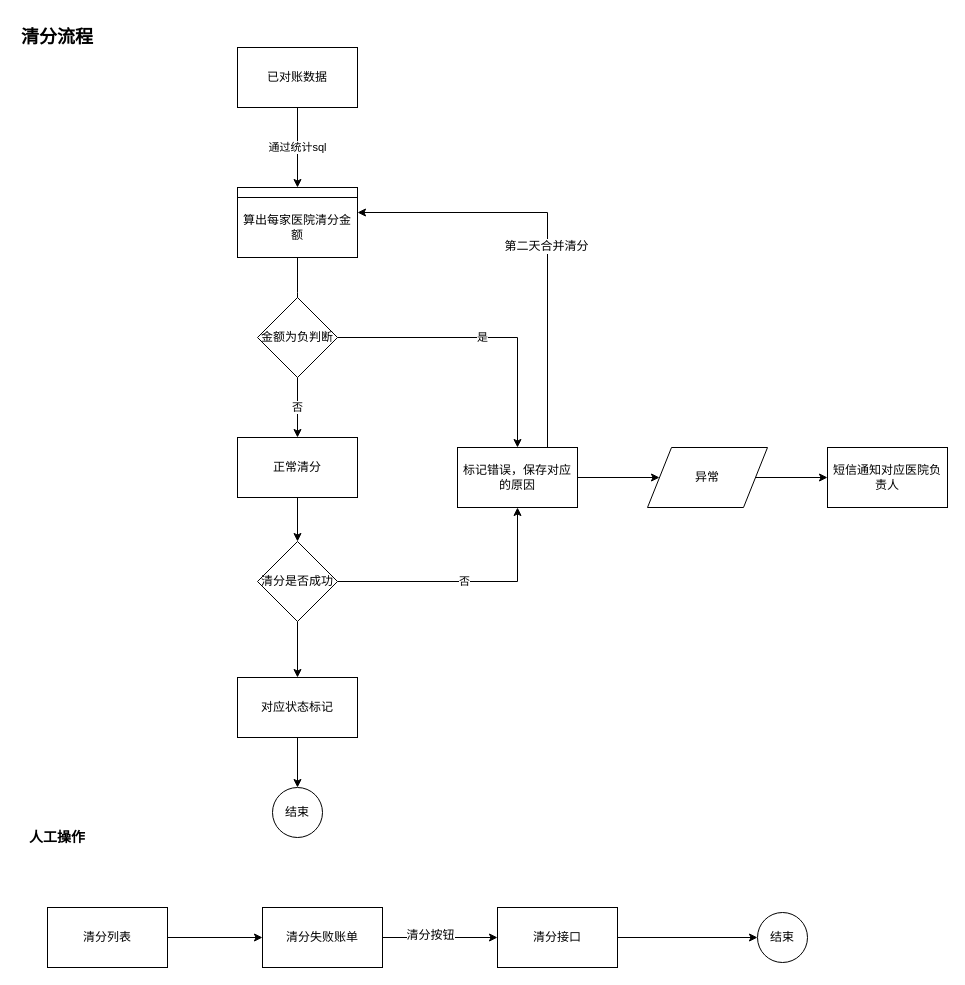
This is 一站付平台/清分流程.drawio from zhangwenhuad/visio, a draw.io file, before an edit. Source tidied: cells renumbered, new cells numbered last; positions are measured from the earlier drawing's top-left corner, leaving out a move shared by most shapes. Both pictures are drawn from the tidied source at 100%, with x=0, y=0 at pixel (17, 17).
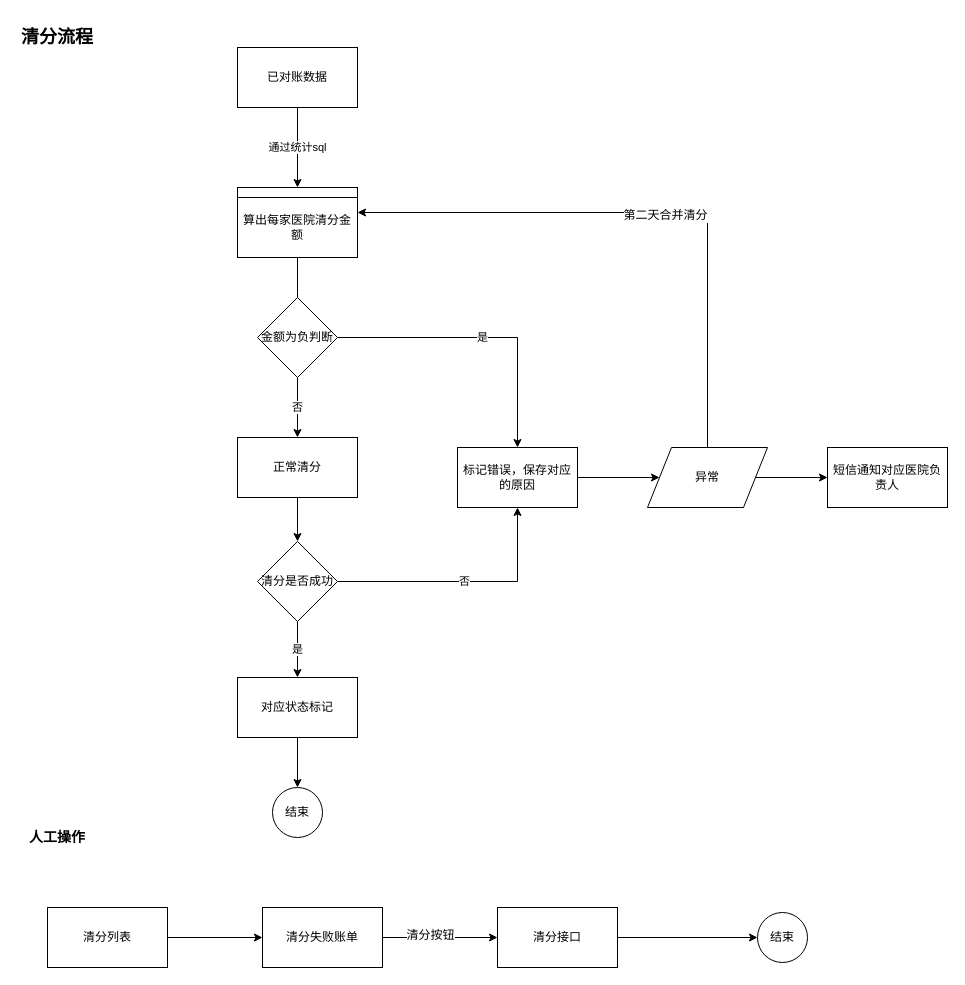
Above is the later version.

Commit message:
更新清分流程.drawio

The change refers to these unchanged cells:
```xml
<mxCell id="7" value="算出每家医院清分金额" style="rounded=0;whiteSpace=wrap;html=1;" parent="1" vertex="1">
  <mxGeometry x="220" y="180" width="120" height="60" as="geometry" />
</mxCell>
<mxCell id="14" value="异常" style="shape=parallelogram;perimeter=parallelogramPerimeter;whiteSpace=wrap;html=1;" parent="1" vertex="1">
  <mxGeometry x="630" y="430" width="120" height="60" as="geometry" />
</mxCell>
<mxCell id="18" value="清分是否成功" style="rhombus;whiteSpace=wrap;html=1;" parent="1" vertex="1">
  <mxGeometry x="240" y="524" width="80" height="80" as="geometry" />
</mxCell>
<mxCell id="22" value="&lt;span&gt;标记错误，保存对应的原因&lt;/span&gt;" style="rounded=0;whiteSpace=wrap;html=1;" parent="1" vertex="1">
  <mxGeometry x="440" y="430" width="120" height="60" as="geometry" />
</mxCell>
<mxCell id="25" value="对应状态标记" style="rounded=0;whiteSpace=wrap;html=1;" parent="1" vertex="1">
  <mxGeometry x="220" y="660" width="120" height="60" as="geometry" />
</mxCell>
```

Diff of the diagram source:
```diff
@@
-    <mxCell id="17" style="edgeStyle=orthogonalEdgeStyle;rounded=0;jettySize=auto;html=1;" parent="1" edge="1" source="18" target="25">
+    <mxCell id="17" value="是" style="edgeStyle=orthogonalEdgeStyle;rounded=0;jettySize=auto;html=1;" parent="1" edge="1" source="18" target="25">
       <mxGeometry relative="1" as="geometry" />
     </mxCell>
@@
-    <mxCell id="20" style="edgeStyle=orthogonalEdgeStyle;rounded=0;jettySize=auto;html=1;exitX=0.75;exitY=0;exitDx=0;exitDy=0;entryX=1;entryY=0.25;entryDx=0;entryDy=0;" parent="1" edge="1" source="22" target="7">
+    <mxCell id="20" style="edgeStyle=orthogonalEdgeStyle;rounded=0;jettySize=auto;html=1;exitX=0.5;exitY=0;exitDx=0;exitDy=0;entryX=1;entryY=0.25;entryDx=0;entryDy=0;" parent="1" edge="1" source="14" target="7">
       <mxGeometry relative="1" as="geometry" />
     </mxCell>
```
